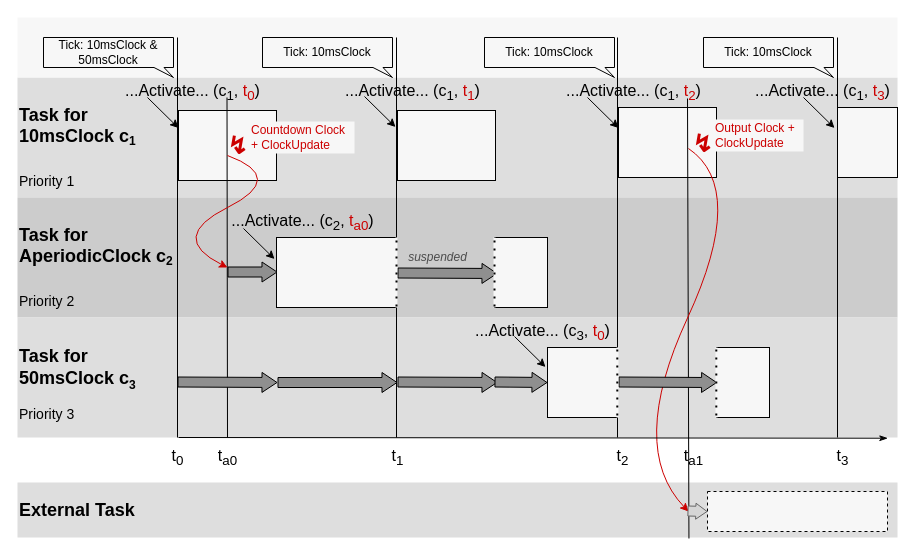
This is docs/images/se_example.drawio from modelica/fmi-standard, a draw.io file, before an edit. Source tidied: cells renumbered, new cells numbered last; positions are measured from the earlier drawing's top-left corner, leaving out a move shared by most shapes. Both pictures are drawn from the tidied source at 100%, with x=0, y=0 at pixel (17, 17).
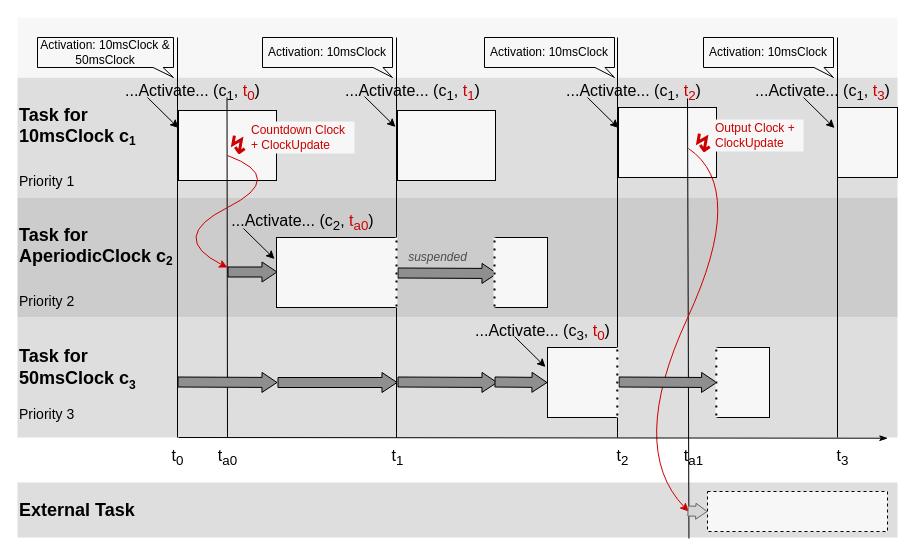
Above is the later version.

Commit message (it also covers changes not shown here):
Clarify Clock terminology: replace "Clock tick" with "Clock activation" (#2107)

Diff of the diagram source:
```diff
@@
-    <mxCell id="7" value="Tick: 10msClock &amp;amp;&lt;br&gt;50msClock" style="shape=callout;whiteSpace=wrap;html=1;perimeter=calloutPerimeter;fillColor=#F7F7F7;rotation=0;size=10;position=0.85;position2=1;base=10;" parent="1" vertex="1">
-      <mxGeometry x="26" y="20" width="130" height="40" as="geometry" />
+    <mxCell id="7" value="Activation: 10msClock &amp;amp;&lt;br&gt;50msClock" style="shape=callout;whiteSpace=wrap;html=1;perimeter=calloutPerimeter;fillColor=#F7F7F7;rotation=0;size=10;position=0.85;position2=1;base=10;" parent="1" vertex="1">
+      <mxGeometry x="20" y="20" width="136" height="40" as="geometry" />
     </mxCell>
@@
-    <mxCell id="22" value="Tick: 10msClock" style="shape=callout;whiteSpace=wrap;html=1;perimeter=calloutPerimeter;fillColor=#F7F7F7;rotation=0;size=10;position=0.85;position2=1;base=10;" parent="1" vertex="1">
+    <mxCell id="22" value="Activation: 10msClock" style="shape=callout;whiteSpace=wrap;html=1;perimeter=calloutPerimeter;fillColor=#F7F7F7;rotation=0;size=10;position=0.85;position2=1;base=10;" parent="1" vertex="1">
       <mxGeometry x="245" y="20" width="130" height="40" as="geometry" />
     </mxCell>
@@
-    <mxCell id="37" value="Tick: 10msClock" style="shape=callout;whiteSpace=wrap;html=1;perimeter=calloutPerimeter;fillColor=#F7F7F7;rotation=0;size=10;position=0.85;position2=1;base=10;" parent="1" vertex="1">
+    <mxCell id="37" value="Activation: 10msClock" style="shape=callout;whiteSpace=wrap;html=1;perimeter=calloutPerimeter;fillColor=#F7F7F7;rotation=0;size=10;position=0.85;position2=1;base=10;" parent="1" vertex="1">
       <mxGeometry x="467" y="20" width="130" height="40" as="geometry" />
     </mxCell>
@@
-    <mxCell id="55" value="Tick: 10msClock" style="shape=callout;whiteSpace=wrap;html=1;perimeter=calloutPerimeter;fillColor=#F7F7F7;rotation=0;size=10;position=0.85;position2=1;base=10;" parent="1" vertex="1">
+    <mxCell id="55" value="Activation: 10msClock" style="shape=callout;whiteSpace=wrap;html=1;perimeter=calloutPerimeter;fillColor=#F7F7F7;rotation=0;size=10;position=0.85;position2=1;base=10;" parent="1" vertex="1">
       <mxGeometry x="686" y="20" width="130" height="40" as="geometry" />
     </mxCell>
```
